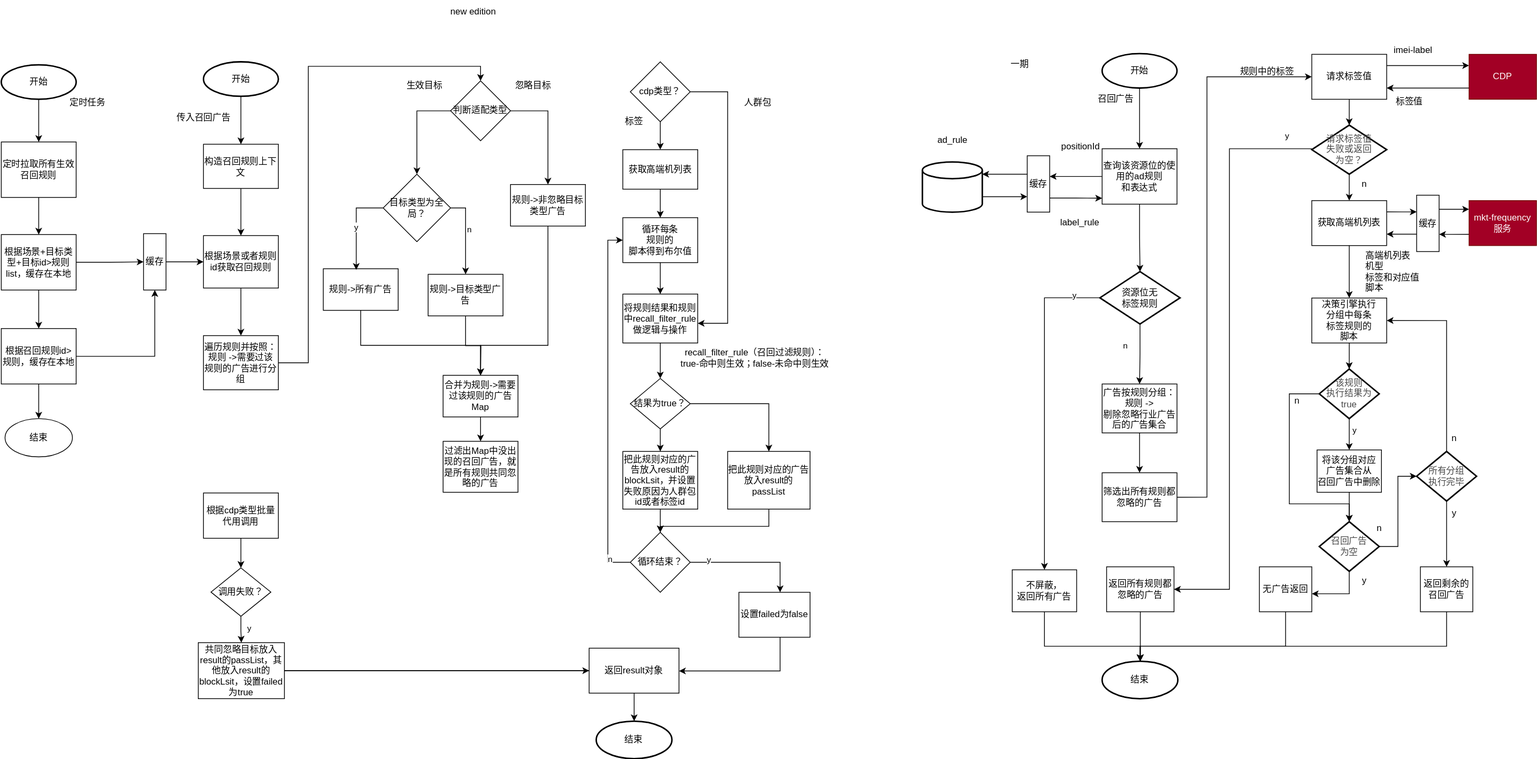
The draw.io diagram 标签频控.svg in WorryFreeCafe/diagram, before a commit. Source tidied: cells renumbered, new cells last; positions are measured from the earlier drawing's top-left corner, leaving out a move shared by most shapes.
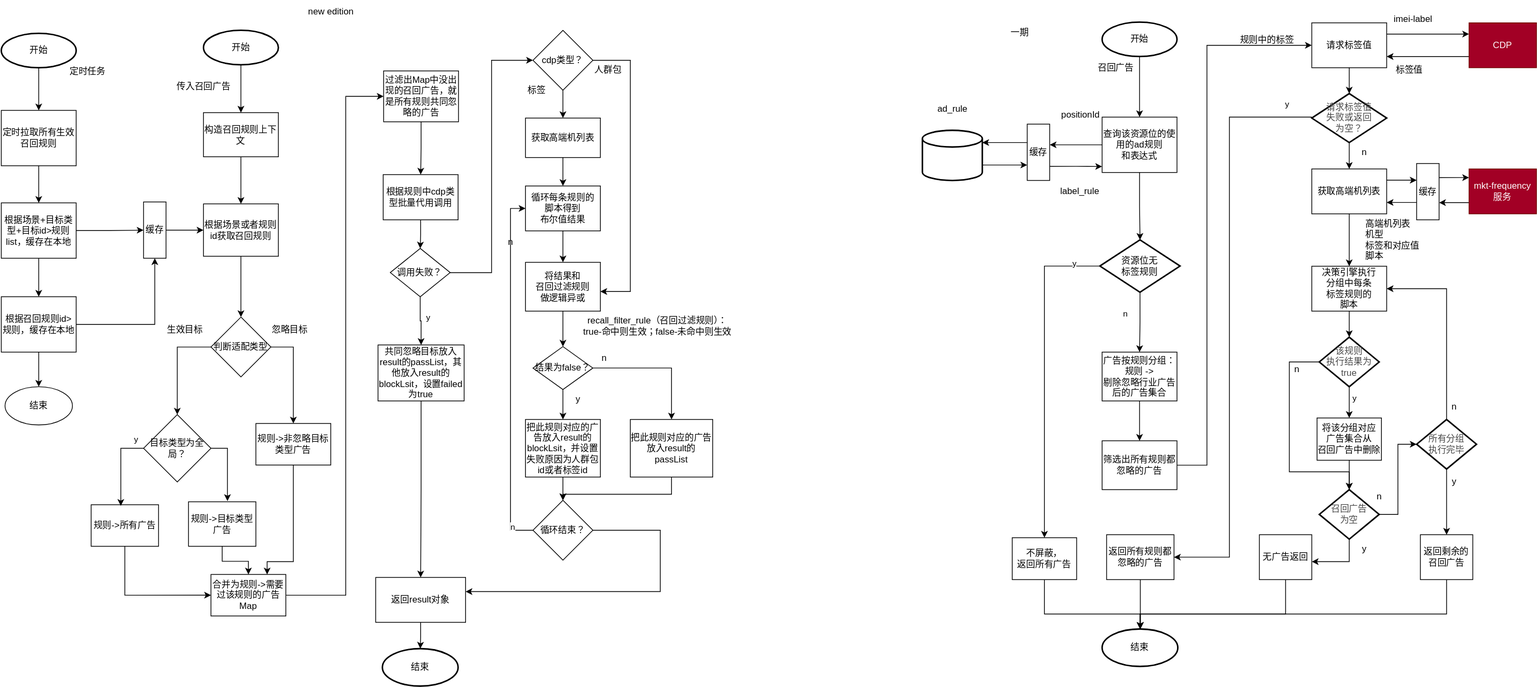
The same diagram one commit later.

Commit message:
更新标签频控.svg

The edit, as a diff of the source:
```diff
@@ -314,3 +314,3 @@
     </mxCell>
-    <mxCell id="80" style="edgeStyle=orthogonalEdgeStyle;rounded=0;jettySize=auto;html=1;" parent="1" edge="1" source="81" target="93">
+    <mxCell id="80" style="edgeStyle=orthogonalEdgeStyle;rounded=0;jettySize=auto;html=1;" parent="1" edge="1" source="81" target="138">
       <mxGeometry relative="1" as="geometry" />
@@ -350,14 +350,2 @@
     </mxCell>
-    <mxCell id="92" style="edgeStyle=orthogonalEdgeStyle;rounded=0;jettySize=auto;html=1;entryX=0.5;entryY=0;entryDx=0;entryDy=0;" parent="1" edge="1" source="93" target="138">
-      <mxGeometry relative="1" as="geometry">
-        <Array as="points">
-          <mxPoint x="410" y="484" />
-          <mxPoint x="410" y="88" />
-          <mxPoint x="640" y="88" />
-        </Array>
-      </mxGeometry>
-    </mxCell>
-    <mxCell id="93" value="遍历规则并按照：&lt;br&gt;规则 -&amp;gt;需要过该规则的广告进行分组" style="rounded=0;whiteSpace=wrap;html=1;" parent="1" vertex="1">
-      <mxGeometry x="270" y="447.5" width="100" height="72.3" as="geometry" />
-    </mxCell>
     <mxCell id="94" style="edgeStyle=orthogonalEdgeStyle;rounded=0;jettySize=auto;html=1;" parent="1" edge="1" source="95" target="81">
@@ -371,4 +359,4 @@
     </mxCell>
-    <mxCell id="97" value="根据cdp类型批量代用调用" style="rounded=0;whiteSpace=wrap;html=1;" parent="1" vertex="1">
-      <mxGeometry x="270" y="657.5" width="100" height="60.4" as="geometry" />
+    <mxCell id="97" value="根据规则中cdp类型批量代用调用" style="rounded=0;whiteSpace=wrap;html=1;" parent="1" vertex="1">
+      <mxGeometry x="510" y="274.8" width="100" height="60.4" as="geometry" />
     </mxCell>
@@ -380,4 +368,4 @@
         <Array as="points">
-          <mxPoint x="970" y="122" />
-          <mxPoint x="970" y="431" />
+          <mxPoint x="840" y="122" />
+          <mxPoint x="840" y="431" />
         </Array>
@@ -386,3 +374,3 @@
     <mxCell id="100" value="cdp类型？" style="rhombus;whiteSpace=wrap;html=1;" parent="1" vertex="1">
-      <mxGeometry x="840" y="82" width="80" height="80" as="geometry" />
+      <mxGeometry x="710" y="82" width="80" height="80" as="geometry" />
     </mxCell>
@@ -394,6 +382,9 @@
     </mxCell>
+    <mxCell id="155" style="edgeStyle=orthogonalEdgeStyle;rounded=0;jettySize=auto;html=1;entryX=0;entryY=0.5;entryDx=0;entryDy=0;" parent="1" edge="1" source="103" target="100">
+      <mxGeometry relative="1" as="geometry" />
+    </mxCell>
     <mxCell id="103" value="调用失败？" style="rhombus;whiteSpace=wrap;html=1;rounded=0;" parent="1" vertex="1">
-      <mxGeometry x="280" y="757.5" width="80" height="64.5" as="geometry" />
+      <mxGeometry x="519.4" y="373.4" width="80" height="64.5" as="geometry" />
     </mxCell>
-    <mxCell id="104" style="edgeStyle=orthogonalEdgeStyle;rounded=0;jettySize=auto;html=1;entryX=0;entryY=0.5;entryDx=0;entryDy=0;" parent="1" edge="1" source="105" target="124">
+    <mxCell id="104" style="edgeStyle=orthogonalEdgeStyle;rounded=0;jettySize=auto;html=1;" parent="1" edge="1" source="105" target="124">
       <mxGeometry relative="1" as="geometry" />
@@ -401,15 +392,12 @@
     <mxCell id="105" value="共同忽略目标放入result的passList，其他放入result的blockLsit，设置failed为true" style="whiteSpace=wrap;html=1;" parent="1" vertex="1">
-      <mxGeometry x="263" y="857.2" width="115" height="74.8" as="geometry" />
+      <mxGeometry x="503" y="502.5" width="115" height="74.8" as="geometry" />
     </mxCell>
     <mxCell id="106" value="结束" style="strokeWidth=2;html=1;shape=mxgraph.flowchart.start_1;whiteSpace=wrap;" parent="1" vertex="1">
-      <mxGeometry x="794.5" y="962" width="101.1" height="50" as="geometry" />
+      <mxGeometry x="508.9" y="908.2" width="101.1" height="50" as="geometry" />
     </mxCell>
-    <mxCell id="107" style="edgeStyle=orthogonalEdgeStyle;rounded=0;jettySize=auto;html=1;" parent="1" edge="1" source="105" target="106">
-      <mxGeometry relative="1" as="geometry" />
-    </mxCell>
     <mxCell id="108" value="标签" style="text;html=1;align=center;verticalAlign=middle;strokeColor=none;fillColor=none;" parent="1" vertex="1">
-      <mxGeometry x="820" y="147" width="50" height="30" as="geometry" />
+      <mxGeometry x="690" y="147" width="50" height="30" as="geometry" />
     </mxCell>
     <mxCell id="109" value="获取高端机列表" style="rounded=0;whiteSpace=wrap;html=1;" parent="1" vertex="1">
-      <mxGeometry x="830" y="199.2" width="100" height="52.8" as="geometry" />
+      <mxGeometry x="700" y="199.2" width="100" height="52.8" as="geometry" />
     </mxCell>
@@ -418,4 +406,4 @@
     </mxCell>
-    <mxCell id="111" value="&lt;div&gt;循环每条&lt;br&gt;规则的&lt;br&gt;脚本得到布尔值&lt;/div&gt;" style="rounded=0;whiteSpace=wrap;html=1;" parent="1" vertex="1">
-      <mxGeometry x="830" y="290" width="100" height="60" as="geometry" />
+    <mxCell id="111" value="&lt;div&gt;循环每条规则的&lt;br&gt;脚本得到&lt;br&gt;布尔值&lt;span style=&quot;background-color: initial;&quot;&gt;结果&lt;/span&gt;&lt;/div&gt;" style="rounded=0;whiteSpace=wrap;html=1;" parent="1" vertex="1">
+      <mxGeometry x="700" y="290" width="100" height="60" as="geometry" />
     </mxCell>
@@ -427,7 +415,7 @@
     </mxCell>
-    <mxCell id="114" value="将规则结果和规则中recall_filter_rule做逻辑与操作" style="rounded=0;whiteSpace=wrap;html=1;" parent="1" vertex="1">
-      <mxGeometry x="830" y="392" width="100" height="65.2" as="geometry" />
+    <mxCell id="114" value="将结果和&lt;span style=&quot;text-wrap: nowrap;&quot;&gt;召回过滤规则&lt;br&gt;&lt;/span&gt;做逻辑异或" style="rounded=0;whiteSpace=wrap;html=1;" parent="1" vertex="1">
+      <mxGeometry x="700" y="392" width="100" height="65.2" as="geometry" />
     </mxCell>
     <mxCell id="115" value="人群包" style="text;html=1;align=center;verticalAlign=middle;strokeColor=none;fillColor=none;" parent="1" vertex="1">
-      <mxGeometry x="980" y="122" width="60" height="30" as="geometry" />
+      <mxGeometry x="780" y="120" width="60" height="30" as="geometry" />
     </mxCell>
@@ -436,4 +424,4 @@
         <Array as="points">
-          <mxPoint x="1025" y="702" />
-          <mxPoint x="880" y="702" />
+          <mxPoint x="895" y="702" />
+          <mxPoint x="750" y="702" />
         </Array>
@@ -442,3 +430,3 @@
     <mxCell id="117" value="把此规则对应的广告放入result的passList" style="whiteSpace=wrap;html=1;rounded=0;" parent="1" vertex="1">
-      <mxGeometry x="970" y="602" width="110" height="77" as="geometry" />
+      <mxGeometry x="840" y="602" width="110" height="77" as="geometry" />
     </mxCell>
@@ -450,4 +438,4 @@
     </mxCell>
-    <mxCell id="120" value="结果为true？" style="rhombus;whiteSpace=wrap;html=1;rounded=0;" parent="1" vertex="1">
-      <mxGeometry x="840" y="504.6" width="80" height="67.4" as="geometry" />
+    <mxCell id="120" value="结果为false？" style="rhombus;whiteSpace=wrap;html=1;rounded=0;" parent="1" vertex="1">
+      <mxGeometry x="710" y="504.6" width="80" height="57.4" as="geometry" />
     </mxCell>
@@ -457,3 +445,3 @@
     <mxCell id="122" value="把此规则对应的广告放入result的blockLsit，并设置失败原因为人群包id或者标签id" style="whiteSpace=wrap;html=1;rounded=0;" parent="1" vertex="1">
-      <mxGeometry x="830" y="602" width="100" height="77" as="geometry" />
+      <mxGeometry x="700" y="602" width="100" height="77" as="geometry" />
     </mxCell>
@@ -462,12 +450,8 @@
     </mxCell>
+    <mxCell id="156" style="edgeStyle=orthogonalEdgeStyle;rounded=0;jettySize=auto;html=1;" parent="1" edge="1" source="124" target="106">
+      <mxGeometry relative="1" as="geometry" />
+    </mxCell>
     <mxCell id="124" value="返回result对象" style="whiteSpace=wrap;html=1;rounded=0;" parent="1" vertex="1">
-      <mxGeometry x="785" y="864.6" width="120" height="60" as="geometry" />
+      <mxGeometry x="500" y="813.1" width="120" height="60" as="geometry" />
     </mxCell>
-    <mxCell id="125" style="edgeStyle=orthogonalEdgeStyle;rounded=0;jettySize=auto;html=1;" parent="1" edge="1" source="133" target="124">
-      <mxGeometry relative="1" as="geometry">
-        <Array as="points">
-          <mxPoint x="1040" y="895" />
-        </Array>
-      </mxGeometry>
-    </mxCell>
     <mxCell id="126" style="edgeStyle=orthogonalEdgeStyle;rounded=0;jettySize=auto;html=1;entryX=0;entryY=0.5;entryDx=0;entryDy=0;" parent="1" edge="1" source="128" target="111">
@@ -475,4 +459,4 @@
         <Array as="points">
-          <mxPoint x="810" y="750" />
-          <mxPoint x="810" y="320" />
+          <mxPoint x="680" y="750" />
+          <mxPoint x="680" y="320" />
         </Array>
@@ -483,4 +467,11 @@
     </mxCell>
+    <mxCell id="157" style="edgeStyle=orthogonalEdgeStyle;rounded=0;jettySize=auto;html=1;" parent="1" edge="1" source="128" target="124">
+      <mxGeometry relative="1" as="geometry">
+        <Array as="points">
+          <mxPoint x="880" y="832" />
+        </Array>
+      </mxGeometry>
+    </mxCell>
     <mxCell id="128" value="循环结束？" style="rhombus;whiteSpace=wrap;html=1;rounded=0;" parent="1" vertex="1">
-      <mxGeometry x="840" y="710" width="80" height="80" as="geometry" />
+      <mxGeometry x="710" y="710" width="80" height="80" as="geometry" />
     </mxCell>
@@ -490,19 +481,6 @@
     <mxCell id="130" value="recall_filter_rule（召回过滤规则）：&lt;br&gt;true-命中则生效；false-未命中则生效" style="text;html=1;align=center;verticalAlign=middle;strokeColor=none;fillColor=none;" parent="1" vertex="1">
-      <mxGeometry x="895.6" y="457.2" width="220" height="40" as="geometry" />
+      <mxGeometry x="765.6" y="457.2" width="220" height="40" as="geometry" />
     </mxCell>
-    <mxCell id="131" style="edgeStyle=orthogonalEdgeStyle;rounded=0;jettySize=auto;html=1;" parent="1" edge="1" source="128" target="133">
-      <mxGeometry relative="1" as="geometry">
-        <Array as="points">
-          <mxPoint x="1040" y="750" />
-        </Array>
-      </mxGeometry>
-    </mxCell>
-    <mxCell id="132" value="y" style="edgeLabel;html=1;align=center;verticalAlign=middle;" parent="131" vertex="1">
-      <mxGeometry x="-0.7" y="4" relative="1" as="geometry" />
-    </mxCell>
-    <mxCell id="133" value="设置failed为false" style="whiteSpace=wrap;html=1;rounded=0;" parent="1" vertex="1">
-      <mxGeometry x="985" y="790" width="95" height="60" as="geometry" />
-    </mxCell>
     <mxCell id="134" value="new edition" style="text;html=1;align=center;verticalAlign=middle;strokeColor=none;fillColor=none;" parent="1" vertex="1">
-      <mxGeometry x="590" width="80" height="30" as="geometry" />
+      <mxGeometry x="400" y="42" width="80" height="30" as="geometry" />
     </mxCell>
@@ -514,3 +492,3 @@
         <Array as="points">
-          <mxPoint x="555" y="148" />
+          <mxPoint x="235" y="505.8" />
         </Array>
@@ -522,23 +500,12 @@
     <mxCell id="138" value="判断适配类型" style="rhombus;whiteSpace=wrap;html=1;" parent="1" vertex="1">
-      <mxGeometry x="600" y="107.4" width="80" height="80" as="geometry" />
+      <mxGeometry x="280" y="465.2" width="80" height="80" as="geometry" />
     </mxCell>
-    <mxCell id="139" style="edgeStyle=orthogonalEdgeStyle;rounded=0;jettySize=auto;html=1;exitX=1;exitY=0.5;exitDx=0;exitDy=0;" parent="1" edge="1" source="141" target="147">
-      <mxGeometry relative="1" as="geometry" />
-    </mxCell>
-    <mxCell id="140" value="n" style="edgeLabel;html=1;align=center;verticalAlign=middle;" parent="139" vertex="1">
-      <mxGeometry x="-0.12" y="4" relative="1" as="geometry" />
-    </mxCell>
     <mxCell id="141" value="目标类型为全局？" style="rhombus;whiteSpace=wrap;html=1;" parent="1" vertex="1">
-      <mxGeometry x="510" y="232" width="90" height="90" as="geometry" />
+      <mxGeometry x="190" y="595.5" width="90" height="90" as="geometry" />
     </mxCell>
-    <mxCell id="142" style="edgeStyle=orthogonalEdgeStyle;rounded=0;jettySize=auto;html=1;" parent="1" edge="1" source="143" target="153">
-      <mxGeometry relative="1" as="geometry">
-        <Array as="points">
-          <mxPoint x="480" y="460.5" />
-          <mxPoint x="640" y="460.5" />
-        </Array>
-      </mxGeometry>
+    <mxCell id="142" style="edgeStyle=orthogonalEdgeStyle;rounded=0;jettySize=auto;html=1;exitX=0.5;exitY=1;exitDx=0;exitDy=0;entryX=0;entryY=0.5;entryDx=0;entryDy=0;" parent="1" edge="1" source="143" target="153">
+      <mxGeometry relative="1" as="geometry" />
     </mxCell>
     <mxCell id="143" value="规则-&amp;gt;所有广告" style="rounded=0;whiteSpace=wrap;html=1;" parent="1" vertex="1">
-      <mxGeometry x="430" y="358.2" width="100" height="55.5" as="geometry" />
+      <mxGeometry x="120" y="716" width="90" height="55.5" as="geometry" />
     </mxCell>
@@ -548,23 +515,23 @@
     <mxCell id="145" value="y" style="edgeLabel;html=1;align=center;verticalAlign=middle;" parent="144" vertex="1">
-      <mxGeometry x="0.03" y="-1" relative="1" as="geometry" />
+      <mxGeometry x="0.03" y="-1" relative="1" as="geometry">
+        <mxPoint x="21" y="-37" as="offset" />
+      </mxGeometry>
     </mxCell>
-    <mxCell id="146" style="edgeStyle=orthogonalEdgeStyle;rounded=0;jettySize=auto;html=1;exitX=0.5;exitY=1;exitDx=0;exitDy=0;" parent="1" edge="1" source="147">
-      <mxGeometry relative="1" as="geometry">
-        <mxPoint x="640" y="500.5" as="targetPoint" />
-      </mxGeometry>
-    </mxCell>
+    <mxCell id="158" style="edgeStyle=orthogonalEdgeStyle;rounded=0;jettySize=auto;html=1;exitX=0.5;exitY=1;exitDx=0;exitDy=0;entryX=0.5;entryY=0;entryDx=0;entryDy=0;" parent="1" edge="1" source="147" target="153">
+      <mxGeometry relative="1" as="geometry" />
+    </mxCell>
     <mxCell id="147" value="规则-&amp;gt;目标类型广告" style="rounded=0;whiteSpace=wrap;html=1;" parent="1" vertex="1">
-      <mxGeometry x="570" y="365.6" width="100" height="55.5" as="geometry" />
+      <mxGeometry x="250" y="712" width="90" height="59.5" as="geometry" />
     </mxCell>
     <mxCell id="148" value="忽略目标" style="text;html=1;align=center;verticalAlign=middle;strokeColor=none;fillColor=none;" parent="1" vertex="1">
-      <mxGeometry x="675" y="98.5" width="70" height="30" as="geometry" />
+      <mxGeometry x="350" y="467.2" width="70" height="30" as="geometry" />
     </mxCell>
     <mxCell id="149" value="生效&lt;span style=&quot;background-color: initial;&quot;&gt;目标&lt;/span&gt;" style="text;html=1;align=center;verticalAlign=middle;strokeColor=none;fillColor=none;" parent="1" vertex="1">
-      <mxGeometry x="530" y="98.5" width="70" height="30" as="geometry" />
+      <mxGeometry x="210" y="467.2" width="70" height="30" as="geometry" />
     </mxCell>
-    <mxCell id="150" style="edgeStyle=orthogonalEdgeStyle;rounded=0;jettySize=auto;html=1;exitX=0.5;exitY=1;exitDx=0;exitDy=0;" parent="1" edge="1" source="151" target="153">
+    <mxCell id="150" style="edgeStyle=orthogonalEdgeStyle;rounded=0;jettySize=auto;html=1;exitX=0.5;exitY=1;exitDx=0;exitDy=0;entryX=0.75;entryY=0;entryDx=0;entryDy=0;" parent="1" edge="1" source="151" target="153">
       <mxGeometry relative="1" as="geometry">
         <Array as="points">
-          <mxPoint x="730" y="460.5" />
-          <mxPoint x="640" y="460.5" />
+          <mxPoint x="390" y="792" />
+          <mxPoint x="355" y="792" />
         </Array>
@@ -573,13 +540,33 @@
     <mxCell id="151" value="规则-&amp;gt;非忽略目标类型广告" style="rounded=0;whiteSpace=wrap;html=1;" parent="1" vertex="1">
-      <mxGeometry x="680" y="245.8" width="100" height="55.5" as="geometry" />
+      <mxGeometry x="340" y="607.4" width="100" height="55.5" as="geometry" />
     </mxCell>
-    <mxCell id="152" style="edgeStyle=orthogonalEdgeStyle;rounded=0;jettySize=auto;html=1;" parent="1" edge="1" source="153" target="154">
-      <mxGeometry relative="1" as="geometry" />
+    <mxCell id="152" style="edgeStyle=orthogonalEdgeStyle;rounded=0;jettySize=auto;html=1;entryX=0;entryY=0.5;entryDx=0;entryDy=0;" parent="1" edge="1" source="153" target="154">
+      <mxGeometry relative="1" as="geometry">
+        <Array as="points">
+          <mxPoint x="460" y="837" />
+          <mxPoint x="460" y="170" />
+        </Array>
+      </mxGeometry>
     </mxCell>
     <mxCell id="153" value="合并为规则-&amp;gt;需要过该规则的广告Map" style="rounded=0;whiteSpace=wrap;html=1;" parent="1" vertex="1">
-      <mxGeometry x="590" y="500.5" width="100" height="55.5" as="geometry" />
+      <mxGeometry x="280" y="809.1" width="100" height="55.5" as="geometry" />
     </mxCell>
+    <mxCell id="159" style="edgeStyle=orthogonalEdgeStyle;rounded=0;jettySize=auto;html=1;" parent="1" edge="1" source="154" target="97">
+      <mxGeometry relative="1" as="geometry" />
+    </mxCell>
     <mxCell id="154" value="过滤出Map中没出现的召回广告，就是所有规则共同忽略的广告" style="rounded=0;whiteSpace=wrap;html=1;" parent="1" vertex="1">
-      <mxGeometry x="590" y="588.5" width="100" height="68" as="geometry" />
+      <mxGeometry x="510.5" y="136.2" width="100" height="68" as="geometry" />
     </mxCell>
+    <mxCell id="132" value="y" style="text;html=1;align=center;verticalAlign=middle;strokeColor=none;fillColor=none;" parent="1" vertex="1">
+      <mxGeometry x="755" y="560" width="30" height="30" as="geometry" />
+    </mxCell>
+    <mxCell id="160" value="n" style="text;html=1;align=center;verticalAlign=middle;strokeColor=none;fillColor=none;" parent="1" vertex="1">
+      <mxGeometry x="790" y="504.6" width="30" height="30" as="geometry" />
+    </mxCell>
+    <mxCell id="139" style="edgeStyle=orthogonalEdgeStyle;rounded=0;jettySize=auto;html=1;exitX=1;exitY=0.5;exitDx=0;exitDy=0;entryX=0.578;entryY=-0.017;entryDx=0;entryDy=0;entryPerimeter=0;" parent="1" edge="1" source="141" target="147">
+      <mxGeometry relative="1" as="geometry" />
+    </mxCell>
+    <mxCell id="161" value="n" style="text;html=1;align=center;verticalAlign=middle;strokeColor=none;fillColor=none;" parent="1" vertex="1">
+      <mxGeometry x="665" y="350" width="30" height="30" as="geometry" />
+    </mxCell>
   </root>
```
